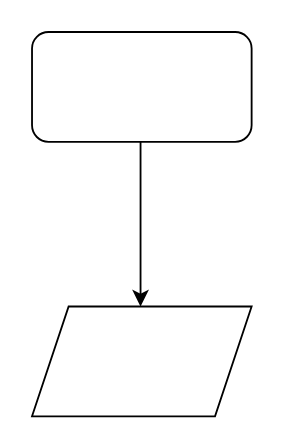
Before: diagrampt2.drawio in sakaisclear/diagrams, a draw.io diagram. Source tidied: cells renumbered, new cells numbered last; positions are measured from the earlier drawing's top-left corner, leaving out a move shared by most shapes. Both pictures are drawn from the tidied source at 183%, with x=0, y=0 at pixel (31, 31).
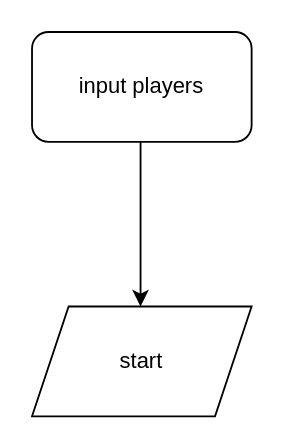
The same page after the edit.

The edit, as a diff of the source:
```diff
@@
 <mxGraphModel>
   <root>
     <mxCell id="0" />
     <mxCell id="1" parent="0" />
     <mxCell id="2" style="rounded=1;whiteSpace=wrap;html=1;" parent="1" vertex="1">
       <mxGeometry width="120" height="60" as="geometry" />
     </mxCell>
     <mxCell id="3" style="endArrow=classic;html=1;rounded=0;" parent="1" edge="1">
       <mxGeometry relative="1" as="geometry">
         <mxPoint x="59.3" y="60" as="sourcePoint" />
         <mxPoint x="59.3" y="150" as="targetPoint" />
       </mxGeometry>
     </mxCell>
     <mxCell id="4" style="shape=parallelogram;perimeter=parallelogramPerimeter;whiteSpace=wrap;html=1;fixedSize=1;" parent="1" vertex="1">
       <mxGeometry y="150" width="120" height="60" as="geometry" />
     </mxCell>
+    <mxCell id="5" value="input players" style="text;html=1;strokeColor=none;fillColor=none;align=center;verticalAlign=middle;whiteSpace=wrap;overflow=hidden;" parent="1" vertex="1">
+      <mxGeometry x="20" y="20" width="80" height="20" as="geometry" />
+    </mxCell>
+    <mxCell id="6" value="start" style="text;html=1;strokeColor=none;fillColor=none;align=center;verticalAlign=middle;whiteSpace=wrap;overflow=hidden;" parent="1" vertex="1">
+      <mxGeometry x="20" y="170" width="80" height="20" as="geometry" />
+    </mxCell>
   </root>
 </mxGraphModel>
```
